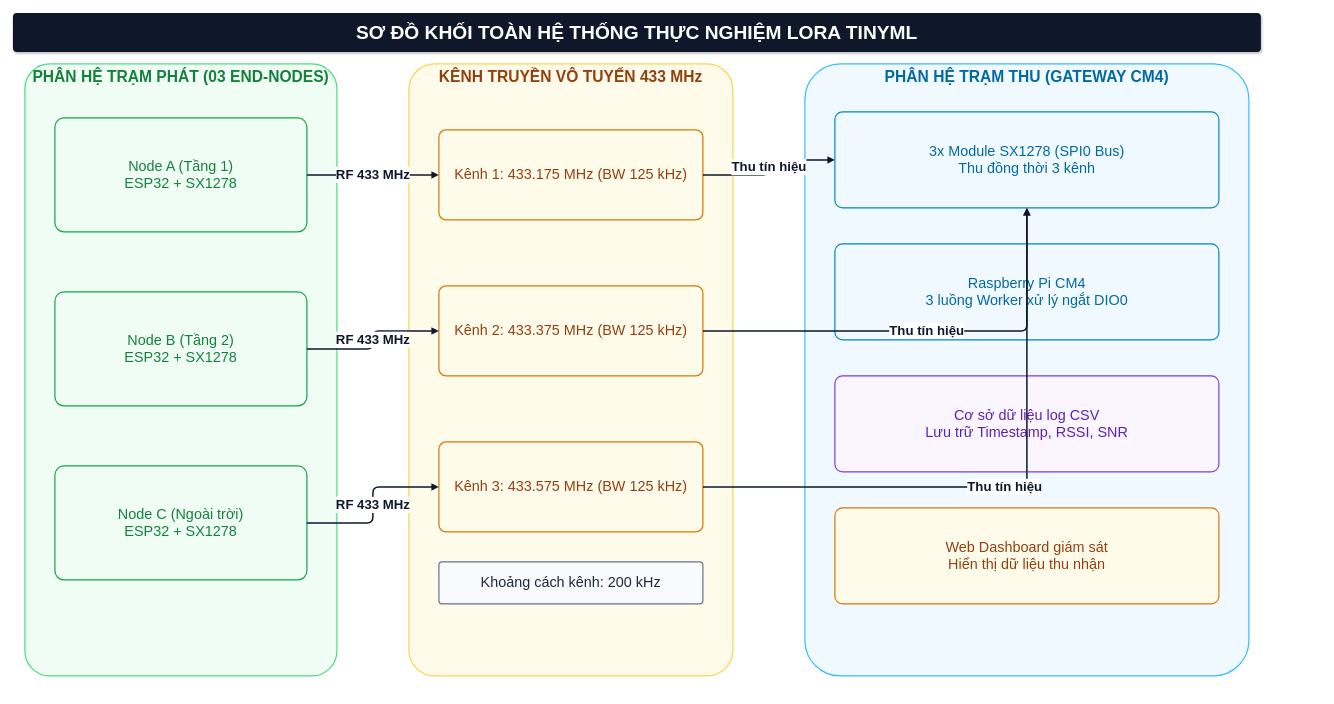
Before: docs/figs/06_so_do_khoi_toan_he_thong.drawio in Brauuwu/LoRa_TinyML_Hopping, a draw.io diagram. Source tidied: cells renumbered, new cells numbered last; positions are measured from the earlier drawing's top-left corner, leaving out a move shared by most shapes. Both pictures are drawn from the tidied source at 60%, with x=0, y=0 at pixel (13, 13).
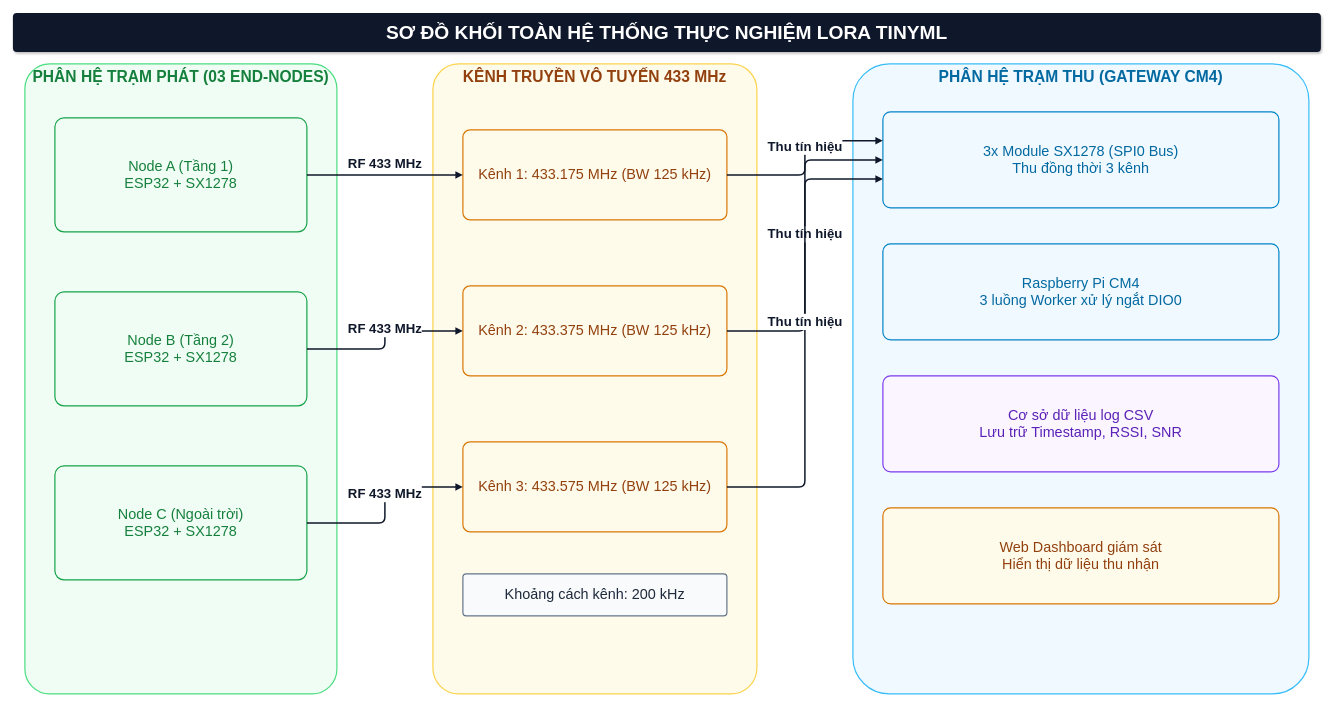
The same diagram, later.

The change refers to these unchanged cells:
```xml
<mxCell id="4" value="Node A (Tầng 1)&#10;ESP32 + SX1278" style="rounded=1;whiteSpace=wrap;html=1;fillColor=#f0fdf4;strokeColor=#16a34a;strokeWidth=2;fontColor=#15803d;fontSize=24;arcSize=8;fontFamily=Helvetica;" parent="1" vertex="1">
  <mxGeometry x="70" y="175" width="420" height="190" as="geometry" />
</mxCell>
<mxCell id="5" value="Node B (Tầng 2)&#10;ESP32 + SX1278" style="rounded=1;whiteSpace=wrap;html=1;fillColor=#f0fdf4;strokeColor=#16a34a;strokeWidth=2;fontColor=#15803d;fontSize=24;arcSize=8;fontFamily=Helvetica;" parent="1" vertex="1">
  <mxGeometry x="70" y="465" width="420" height="190" as="geometry" />
</mxCell>
<mxCell id="6" value="Node C (Ngoài trời)&#10;ESP32 + SX1278" style="rounded=1;whiteSpace=wrap;html=1;fillColor=#f0fdf4;strokeColor=#16a34a;strokeWidth=2;fontColor=#15803d;fontSize=24;arcSize=8;fontFamily=Helvetica;" parent="1" vertex="1">
  <mxGeometry x="70" y="755" width="420" height="190" as="geometry" />
</mxCell>
```

What changed in the source:
```diff
@@
     <mxCell id="2" value="SƠ ĐỒ KHỐI TOÀN HỆ THỐNG THỰC NGHIỆM LORA TINYML" style="rounded=1;whiteSpace=wrap;html=1;fillColor=#0f172a;strokeColor=none;fontColor=#ffffff;fontStyle=1;fontSize=32;shadow=1;arcSize=10;fontFamily=Helvetica;" parent="1" vertex="1">
-      <mxGeometry width="2080" height="65" as="geometry" />
+      <mxGeometry width="2180" height="65" as="geometry" />
     </mxCell>
     <mxCell id="3" value="PHÂN HỆ TRẠM PHÁT (03 END-NODES)" style="rounded=1;whiteSpace=wrap;html=1;fillColor=#f0fdf4;strokeColor=#4ade80;strokeWidth=2;verticalAlign=top;fontStyle=1;fontSize=26;fontColor=#15803d;arcSize=8;fontFamily=Helvetica;" parent="1" vertex="1">
-      <mxGeometry x="20" y="85" width="520" height="1020" as="geometry" />
+      <mxGeometry x="20" y="85" width="520" height="1050" as="geometry" />
     </mxCell>
@@
     <mxCell id="7" value="KÊNH TRUYỀN VÔ TUYẾN 433 MHz" style="rounded=1;whiteSpace=wrap;html=1;fillColor=#fffbeb;strokeColor=#fcd34d;strokeWidth=2;verticalAlign=top;fontStyle=1;fontSize=26;fontColor=#92400e;arcSize=8;fontFamily=Helvetica;" parent="1" vertex="1">
-      <mxGeometry x="660" y="85" width="540" height="1020" as="geometry" />
+      <mxGeometry x="700" y="85" width="540" height="1050" as="geometry" />
     </mxCell>
     <mxCell id="8" value="Kênh 1: 433.175 MHz (BW 125 kHz)" style="rounded=1;whiteSpace=wrap;html=1;fillColor=#fffbeb;strokeColor=#d97706;strokeWidth=2;fontColor=#92400e;fontSize=24;arcSize=8;fontFamily=Helvetica;" parent="1" vertex="1">
-      <mxGeometry x="710" y="195" width="440" height="150" as="geometry" />
+      <mxGeometry x="750" y="195" width="440" height="150" as="geometry" />
     </mxCell>
     <mxCell id="9" value="Kênh 2: 433.375 MHz (BW 125 kHz)" style="rounded=1;whiteSpace=wrap;html=1;fillColor=#fffbeb;strokeColor=#d97706;strokeWidth=2;fontColor=#92400e;fontSize=24;arcSize=8;fontFamily=Helvetica;" parent="1" vertex="1">
-      <mxGeometry x="710" y="455" width="440" height="150" as="geometry" />
+      <mxGeometry x="750" y="455" width="440" height="150" as="geometry" />
     </mxCell>
     <mxCell id="10" value="Kênh 3: 433.575 MHz (BW 125 kHz)" style="rounded=1;whiteSpace=wrap;html=1;fillColor=#fffbeb;strokeColor=#d97706;strokeWidth=2;fontColor=#92400e;fontSize=24;arcSize=8;fontFamily=Helvetica;" parent="1" vertex="1">
-      <mxGeometry x="710" y="715" width="440" height="150" as="geometry" />
+      <mxGeometry x="750" y="715" width="440" height="150" as="geometry" />
     </mxCell>
     <mxCell id="11" value="Khoảng cách kênh: 200 kHz" style="rounded=1;whiteSpace=wrap;html=1;fillColor=#f8fafc;strokeColor=#64748b;strokeWidth=2;fontColor=#1e293b;fontSize=24;arcSize=8;fontFamily=Helvetica;" parent="1" vertex="1">
-      <mxGeometry x="710" y="915" width="440" height="70" as="geometry" />
+      <mxGeometry x="750" y="935" width="440" height="70" as="geometry" />
     </mxCell>
     <mxCell id="12" value="PHÂN HỆ TRẠM THU (GATEWAY CM4)" style="rounded=1;whiteSpace=wrap;html=1;fillColor=#f0f9ff;strokeColor=#38bdf8;strokeWidth=2;verticalAlign=top;fontStyle=1;fontSize=26;fontColor=#0369a1;arcSize=8;fontFamily=Helvetica;" parent="1" vertex="1">
-      <mxGeometry x="1320" y="85" width="740" height="1020" as="geometry" />
+      <mxGeometry x="1400" y="85" width="760" height="1050" as="geometry" />
     </mxCell>
     <mxCell id="13" value="3x Module SX1278 (SPI0 Bus)&#10;Thu đồng thời 3 kênh" style="rounded=1;whiteSpace=wrap;html=1;fillColor=#f0f9ff;strokeColor=#0284c7;strokeWidth=2;fontColor=#0369a1;fontSize=24;arcSize=8;fontFamily=Helvetica;" parent="1" vertex="1">
-      <mxGeometry x="1370" y="165" width="640" height="160" as="geometry" />
+      <mxGeometry x="1450" y="165" width="660" height="160" as="geometry" />
     </mxCell>
     <mxCell id="14" value="Raspberry Pi CM4&#10;3 luồng Worker xử lý ngắt DIO0" style="rounded=1;whiteSpace=wrap;html=1;fillColor=#f0f9ff;strokeColor=#0284c7;strokeWidth=2;fontColor=#0369a1;fontSize=24;arcSize=8;fontFamily=Helvetica;" parent="1" vertex="1">
-      <mxGeometry x="1370" y="385" width="640" height="160" as="geometry" />
+      <mxGeometry x="1450" y="385" width="660" height="160" as="geometry" />
     </mxCell>
     <mxCell id="15" value="Cơ sở dữ liệu log CSV&#10;Lưu trữ Timestamp, RSSI, SNR" style="rounded=1;whiteSpace=wrap;html=1;fillColor=#faf5ff;strokeColor=#7c3aed;strokeWidth=2;fontColor=#5b21b6;fontSize=24;arcSize=8;fontFamily=Helvetica;" parent="1" vertex="1">
-      <mxGeometry x="1370" y="605" width="640" height="160" as="geometry" />
+      <mxGeometry x="1450" y="605" width="660" height="160" as="geometry" />
     </mxCell>
     <mxCell id="16" value="Web Dashboard giám sát&#10;Hiển thị dữ liệu thu nhận" style="rounded=1;whiteSpace=wrap;html=1;fillColor=#fffbeb;strokeColor=#d97706;strokeWidth=2;fontColor=#92400e;fontSize=24;arcSize=8;fontFamily=Helvetica;" parent="1" vertex="1">
-      <mxGeometry x="1370" y="825" width="640" height="160" as="geometry" />
+      <mxGeometry x="1450" y="825" width="660" height="160" as="geometry" />
     </mxCell>
-    <mxCell id="17" value="RF 433 MHz" style="edgeStyle=orthogonalEdgeStyle;rounded=1;jettySize=auto;html=1;strokeColor=#0f172a;strokeWidth=2.5;endArrow=block;endFill=1;fontColor=#0f172a;fontSize=22;fontStyle=1;fontFamily=Helvetica;" parent="1" edge="1" source="4" target="8">
-      <mxGeometry relative="1" as="geometry" />
+    <mxCell id="17" value="RF 433 MHz" style="edgeStyle=orthogonalEdgeStyle;rounded=1;jettySize=auto;html=1;strokeColor=#0f172a;strokeWidth=2.5;endArrow=block;endFill=1;fontColor=#0f172a;fontSize=22;fontStyle=1;fontFamily=Helvetica;labelBackgroundColor=#ffffff;labelBorderColor=none;exitX=1;exitY=0.5;exitDx=0;exitDy=0;entryX=0;entryY=0.5;entryDx=0;entryDy=0;" parent="1" edge="1" source="4" target="8">
+      <mxGeometry relative="1" as="geometry">
+        <mxPoint y="-18" as="offset" />
+      </mxGeometry>
     </mxCell>
-    <mxCell id="18" value="RF 433 MHz" style="edgeStyle=orthogonalEdgeStyle;rounded=1;jettySize=auto;html=1;strokeColor=#0f172a;strokeWidth=2.5;endArrow=block;endFill=1;fontColor=#0f172a;fontSize=22;fontStyle=1;fontFamily=Helvetica;" parent="1" edge="1" source="5" target="9">
-      <mxGeometry relative="1" as="geometry" />
+    <mxCell id="18" value="RF 433 MHz" style="edgeStyle=orthogonalEdgeStyle;rounded=1;jettySize=auto;html=1;strokeColor=#0f172a;strokeWidth=2.5;endArrow=block;endFill=1;fontColor=#0f172a;fontSize=22;fontStyle=1;fontFamily=Helvetica;labelBackgroundColor=#ffffff;labelBorderColor=none;exitX=1;exitY=0.5;exitDx=0;exitDy=0;entryX=0;entryY=0.5;entryDx=0;entryDy=0;" parent="1" edge="1" source="5" target="9">
+      <mxGeometry relative="1" as="geometry">
+        <mxPoint y="-18" as="offset" />
+      </mxGeometry>
     </mxCell>
-    <mxCell id="19" value="RF 433 MHz" style="edgeStyle=orthogonalEdgeStyle;rounded=1;jettySize=auto;html=1;strokeColor=#0f172a;strokeWidth=2.5;endArrow=block;endFill=1;fontColor=#0f172a;fontSize=22;fontStyle=1;fontFamily=Helvetica;" parent="1" edge="1" source="6" target="10">
-      <mxGeometry relative="1" as="geometry" />
+    <mxCell id="19" value="RF 433 MHz" style="edgeStyle=orthogonalEdgeStyle;rounded=1;jettySize=auto;html=1;strokeColor=#0f172a;strokeWidth=2.5;endArrow=block;endFill=1;fontColor=#0f172a;fontSize=22;fontStyle=1;fontFamily=Helvetica;labelBackgroundColor=#ffffff;labelBorderColor=none;exitX=1;exitY=0.5;exitDx=0;exitDy=0;entryX=0;entryY=0.5;entryDx=0;entryDy=0;" parent="1" edge="1" source="6" target="10">
+      <mxGeometry relative="1" as="geometry">
+        <mxPoint y="-18" as="offset" />
+      </mxGeometry>
     </mxCell>
-    <mxCell id="20" value="Thu tín hiệu" style="edgeStyle=orthogonalEdgeStyle;rounded=1;jettySize=auto;html=1;strokeColor=#0f172a;strokeWidth=2.5;endArrow=block;endFill=1;fontColor=#0f172a;fontSize=22;fontStyle=1;fontFamily=Helvetica;" parent="1" edge="1" source="8" target="13">
-      <mxGeometry relative="1" as="geometry" />
+    <mxCell id="20" value="Thu tín hiệu" style="edgeStyle=orthogonalEdgeStyle;rounded=1;jettySize=auto;html=1;strokeColor=#0f172a;strokeWidth=2.5;endArrow=block;endFill=1;fontColor=#0f172a;fontSize=22;fontStyle=1;fontFamily=Helvetica;labelBackgroundColor=#ffffff;labelBorderColor=none;exitX=1;exitY=0.5;exitDx=0;exitDy=0;entryX=0;entryY=0.3;entryDx=0;entryDy=0;" parent="1" edge="1" source="8" target="13">
+      <mxGeometry relative="1" as="geometry">
+        <mxPoint y="-18" as="offset" />
+      </mxGeometry>
     </mxCell>
-    <mxCell id="21" value="Thu tín hiệu" style="edgeStyle=orthogonalEdgeStyle;rounded=1;jettySize=auto;html=1;strokeColor=#0f172a;strokeWidth=2.5;endArrow=block;endFill=1;fontColor=#0f172a;fontSize=22;fontStyle=1;fontFamily=Helvetica;" parent="1" edge="1" source="9" target="13">
-      <mxGeometry relative="1" as="geometry" />
+    <mxCell id="21" value="Thu tín hiệu" style="edgeStyle=orthogonalEdgeStyle;rounded=1;jettySize=auto;html=1;strokeColor=#0f172a;strokeWidth=2.5;endArrow=block;endFill=1;fontColor=#0f172a;fontSize=22;fontStyle=1;fontFamily=Helvetica;labelBackgroundColor=#ffffff;labelBorderColor=none;exitX=1;exitY=0.5;exitDx=0;exitDy=0;entryX=0;entryY=0.5;entryDx=0;entryDy=0;" parent="1" edge="1" source="9" target="13">
+      <mxGeometry relative="1" as="geometry">
+        <mxPoint y="-18" as="offset" />
+      </mxGeometry>
     </mxCell>
-    <mxCell id="22" value="Thu tín hiệu" style="edgeStyle=orthogonalEdgeStyle;rounded=1;jettySize=auto;html=1;strokeColor=#0f172a;strokeWidth=2.5;endArrow=block;endFill=1;fontColor=#0f172a;fontSize=22;fontStyle=1;fontFamily=Helvetica;" parent="1" edge="1" source="10" target="13">
-      <mxGeometry relative="1" as="geometry" />
+    <mxCell id="22" value="Thu tín hiệu" style="edgeStyle=orthogonalEdgeStyle;rounded=1;jettySize=auto;html=1;strokeColor=#0f172a;strokeWidth=2.5;endArrow=block;endFill=1;fontColor=#0f172a;fontSize=22;fontStyle=1;fontFamily=Helvetica;labelBackgroundColor=#ffffff;labelBorderColor=none;exitX=1;exitY=0.5;exitDx=0;exitDy=0;entryX=0;entryY=0.7;entryDx=0;entryDy=0;" parent="1" edge="1" source="10" target="13">
+      <mxGeometry relative="1" as="geometry">
+        <mxPoint y="-18" as="offset" />
+      </mxGeometry>
     </mxCell>
```
